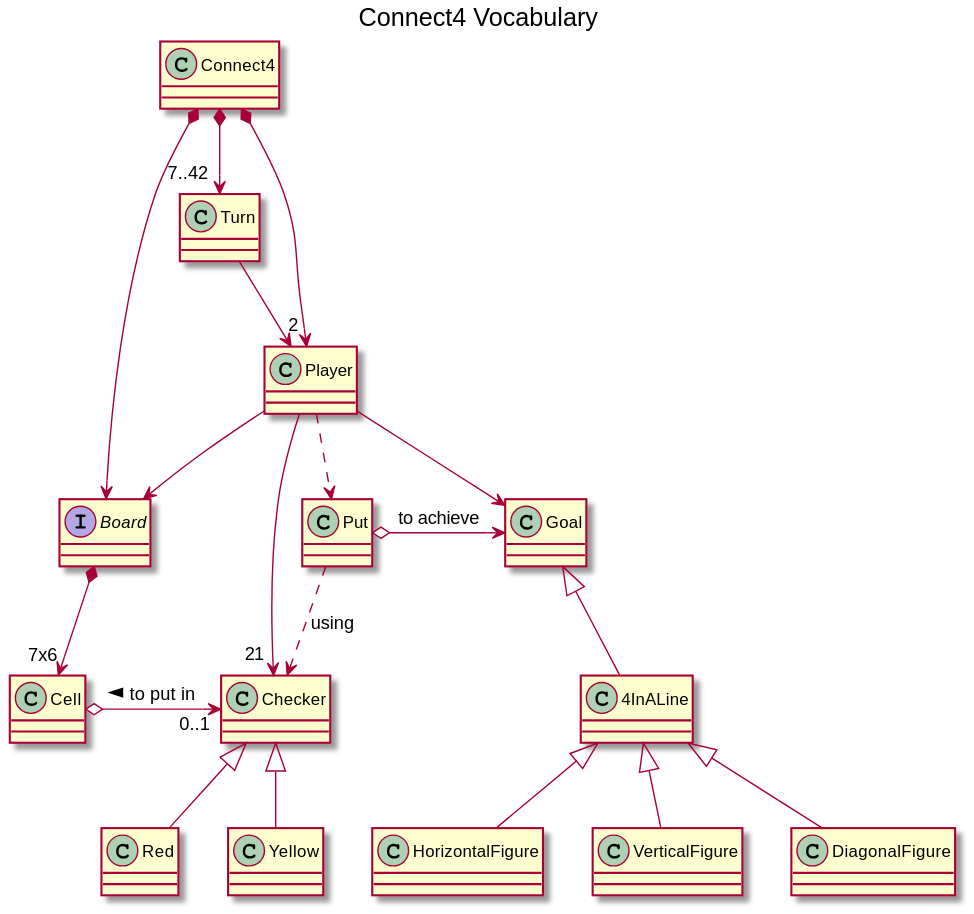
Before: tech-plantuml/game-connect4/semanaActual/docs/images/connect4--vocabulary.svg, a diagram exported from PlantUML (USantaTecla-ed-mpds/lab-boole). Its diagram source:
```plantuml
@startuml connect4--vocabulary


title Connect4 Vocabulary

class Connect4
class Turn
class Player
interface Board
class Cell
class Checker
Class Red
class Yellow
class Put
class Goal
class 4InALine
class HorizontalFigure
class VerticalFigure
class DiagonalFigure

Connect4 *--> "2 " Player
Connect4 *--> "7..42 " Turn
Connect4 *-right-> Board

Turn --> Player
Player --> "21 " Checker
Player --> Board
Player -down-> Goal
Player ..> Put

Board *-down-> "7x6" Cell
Cell o-right-> "0..1" Checker : to put in <

Checker <|-down- Red
Checker <|-down- Yellow
Put ..> Checker : using
Put o-right-> Goal : to achieve

Goal <|-- 4InALine

4InALine <|-down- HorizontalFigure
4InALine <|-down- VerticalFigure
4InALine <|-down- DiagonalFigure



@enduml
```
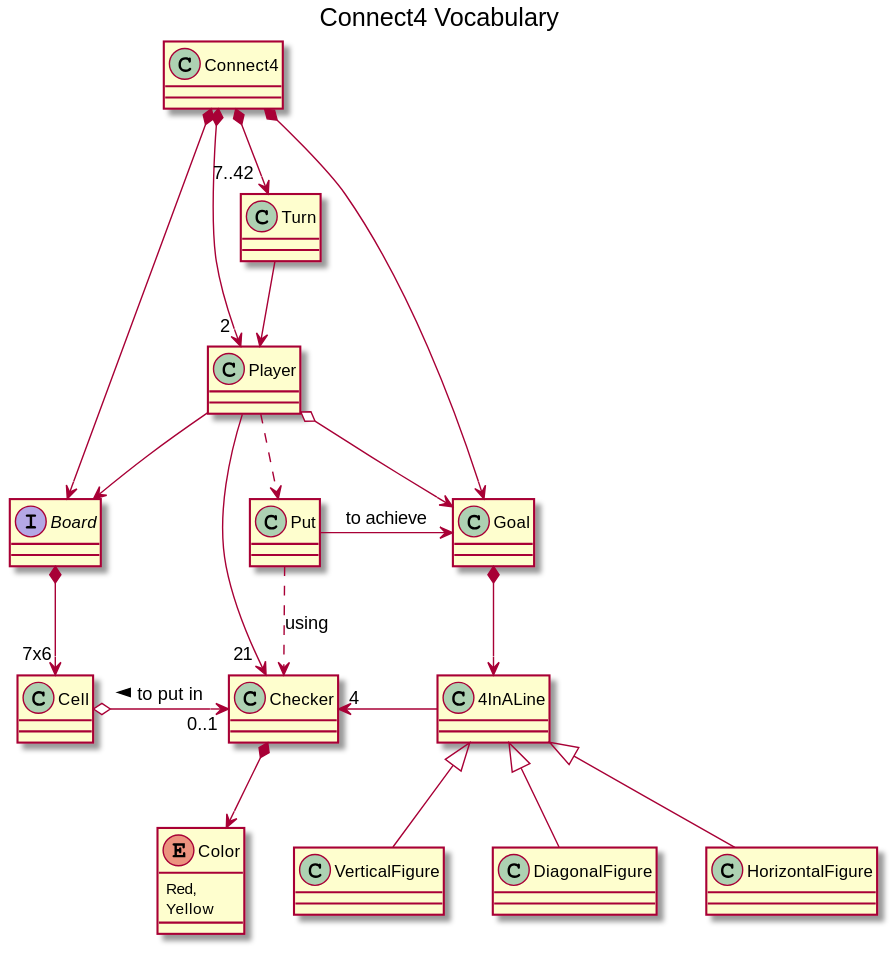
After the change.

The edit, as a diff of the source:
```diff
@@ -9,8 +9,10 @@
 interface Board
 class Cell
 class Checker
-Class Red
-class Yellow
+enum Color {
+    Red,
+    Yellow
+}
 class Put
 class Goal
 class 4InALine
@@ -21,23 +23,24 @@
 Connect4 *--> "2 " Player
 Connect4 *--> "7..42 " Turn
 Connect4 *-right-> Board
+Connect4 *--> Goal
 
 Turn --> Player
 Player --> "21 " Checker
 Player --> Board
-Player -down-> Goal
+Player o-down-> Goal
 Player ..> Put
 
 Board *-down-> "7x6" Cell
 Cell o-right-> "0..1" Checker : to put in <
 
-Checker <|-down- Red
-Checker <|-down- Yellow
+Checker *-down-> Color
 Put ..> Checker : using
-Put o-right-> Goal : to achieve
+Put -right-> Goal : to achieve
 
-Goal <|-- 4InALine
+Goal *--> 4InALine
 
+4InALine -left-> "4" Checker
 4InALine <|-down- HorizontalFigure
 4InALine <|-down- VerticalFigure
 4InALine <|-down- DiagonalFigure
```
